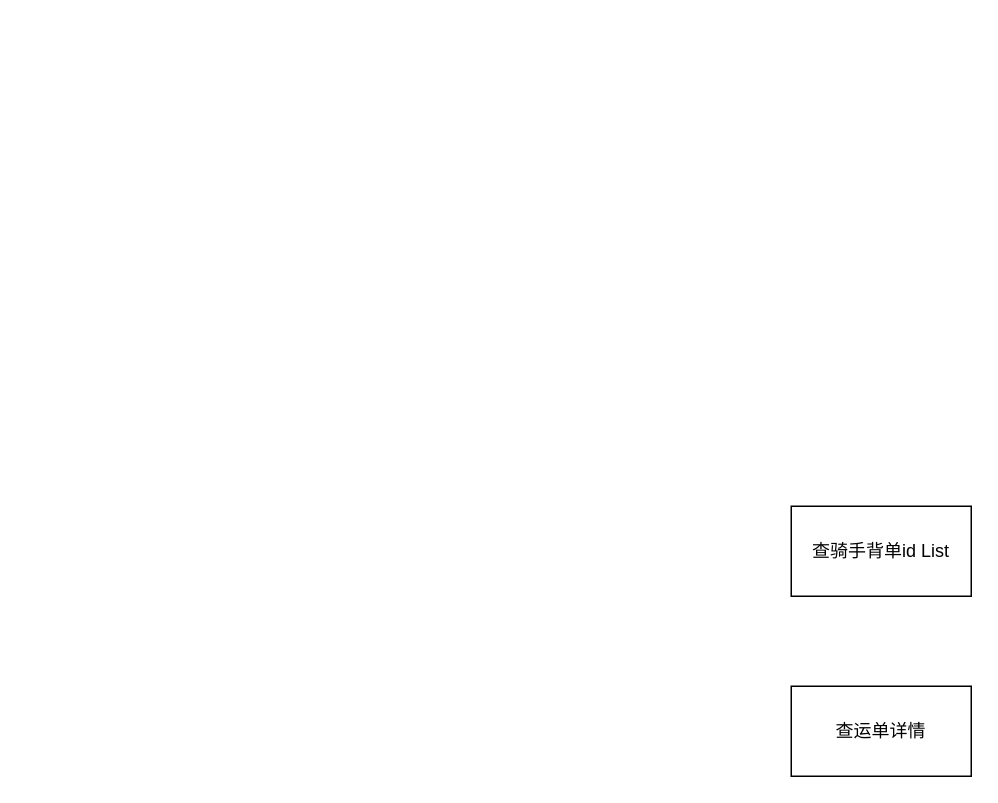
Before: T-work/fy24-s2.drawio in WangHang96/draw-graph, a draw.io diagram. Source tidied: cells renumbered, new cells numbered last; positions are measured from the earlier drawing's top-left corner, leaving out a move shared by most shapes. Both pictures are drawn from the tidied source at 150%, with x=0, y=0 at pixel (790, 506).
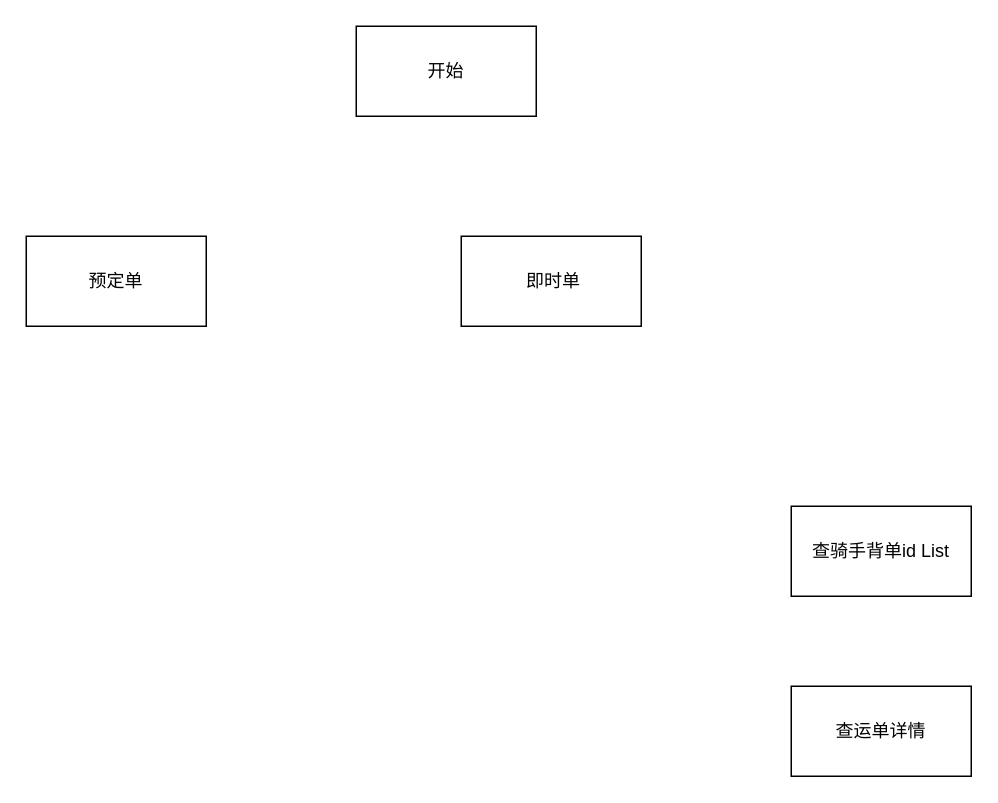
The same page after the edit.

The edit, as a diff of the source:
```diff
@@
 <mxGraphModel>
   <root>
     <mxCell id="0" />
     <mxCell id="1" parent="0" />
     <mxCell id="2" value="查骑手背单id List" style="whiteSpace=wrap;html=1;" parent="1" vertex="1">
       <mxGeometry width="120" height="60" as="geometry" />
     </mxCell>
     <mxCell id="3" value="查运单详情" style="whiteSpace=wrap;html=1;" parent="1" vertex="1">
       <mxGeometry y="120" width="120" height="60" as="geometry" />
     </mxCell>
+    <mxCell id="4" value="开始" style="rounded=0;whiteSpace=wrap;html=1;" parent="1" vertex="1">
+      <mxGeometry x="-290" y="-320" width="120" height="60" as="geometry" />
+    </mxCell>
+    <mxCell id="5" value="预定单" style="whiteSpace=wrap;html=1;" parent="1" vertex="1">
+      <mxGeometry x="-510" y="-180" width="120" height="60" as="geometry" />
+    </mxCell>
+    <mxCell id="6" value="&amp;nbsp;即时单" style="whiteSpace=wrap;html=1;" parent="1" vertex="1">
+      <mxGeometry x="-220" y="-180" width="120" height="60" as="geometry" />
+    </mxCell>
   </root>
 </mxGraphModel>
```
